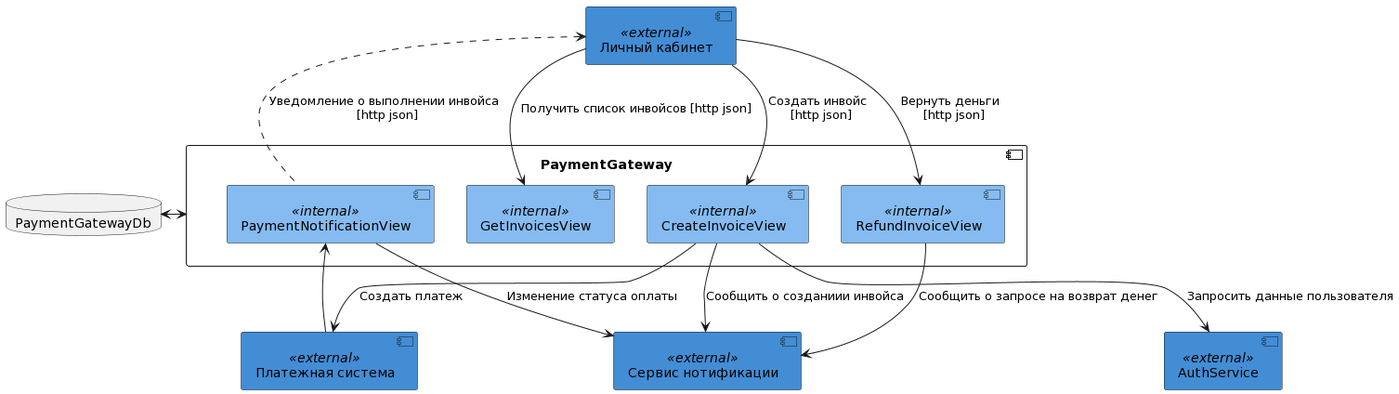
This is docs/C4_lvl3_gateway.png from YauheniKr/graduate_work, a PlantUML export, as it was before one commit. The source it was exported from:
```plantuml
@startuml
skinparam component {
    backgroundColor<<external>> #438dd5
    backgroundColor<<internal>> #85bbf0
}

component "Платежная система" as PaymentSystem <<external>>
component AuthService <<external>>
component "Личный кабинет" as PersonalArea <<external>>
component "Сервис нотификации" as NotificationService <<external>>


component PaymentGateway {
    component GetInvoicesView <<internal>>
    component CreateInvoiceView <<internal>>
    component RefundInvoiceView <<internal>>

    component PaymentNotificationView <<internal>>
}

database PaymentGatewayDb
PaymentGateway <-left-> PaymentGatewayDb

PersonalArea <.. PaymentNotificationView: Уведомление о выполнении инвойса \n [http json]
PersonalArea --> CreateInvoiceView: Создать инвойс \n [http json]
PersonalArea --> RefundInvoiceView: Вернуть деньги \n [http json]
PersonalArea --> GetInvoicesView: Получить список инвойсов [http json]

CreateInvoiceView --> AuthService: Запросить данные пользователя
CreateInvoiceView --> PaymentSystem: Создать платеж

PaymentSystem -up-> PaymentNotificationView

PaymentNotificationView --> NotificationService: Изменение статуса оплаты
CreateInvoiceView --> NotificationService: Сообщить о созданиии инвойса
RefundInvoiceView --> NotificationService: Сообщить о запросе на возврат денег
@enduml
```
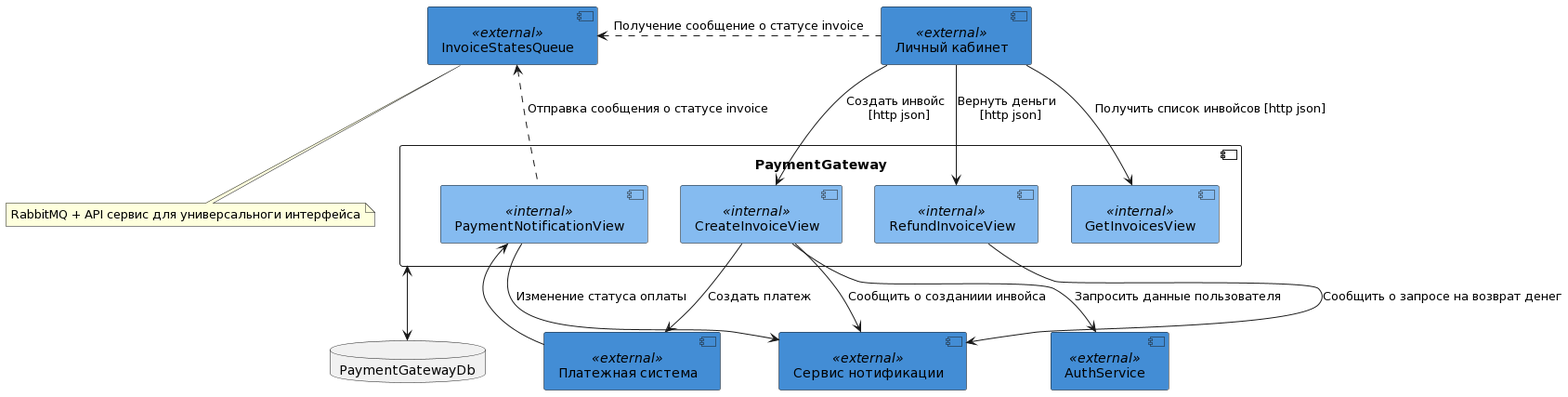
The same file after the commit.

Diff of the diagram source:
```diff
@@ -8,7 +8,10 @@
 component AuthService <<external>>
 component "Личный кабинет" as PersonalArea <<external>>
 component "Сервис нотификации" as NotificationService <<external>>
-
+component InvoiceStatesQueue <<external>>
+note bottom of InvoiceStatesQueue
+    RabbitMQ + API сервиc для универсальноги интерфейса
+end note
 
 component PaymentGateway {
     component GetInvoicesView <<internal>>
@@ -19,9 +22,11 @@
 }
 
 database PaymentGatewayDb
-PaymentGateway <-left-> PaymentGatewayDb
+PaymentGateway <--> PaymentGatewayDb
 
-PersonalArea <.. PaymentNotificationView: Уведомление о выполнении инвойса \n [http json]
+PaymentNotificationView .up.> InvoiceStatesQueue: Отправка сообщения о статусе invoice
+PersonalArea .left.> InvoiceStatesQueue: Получение сообщение о статусе invoice
+
 PersonalArea --> CreateInvoiceView: Создать инвойс \n [http json]
 PersonalArea --> RefundInvoiceView: Вернуть деньги \n [http json]
 PersonalArea --> GetInvoicesView: Получить список инвойсов [http json]
```
